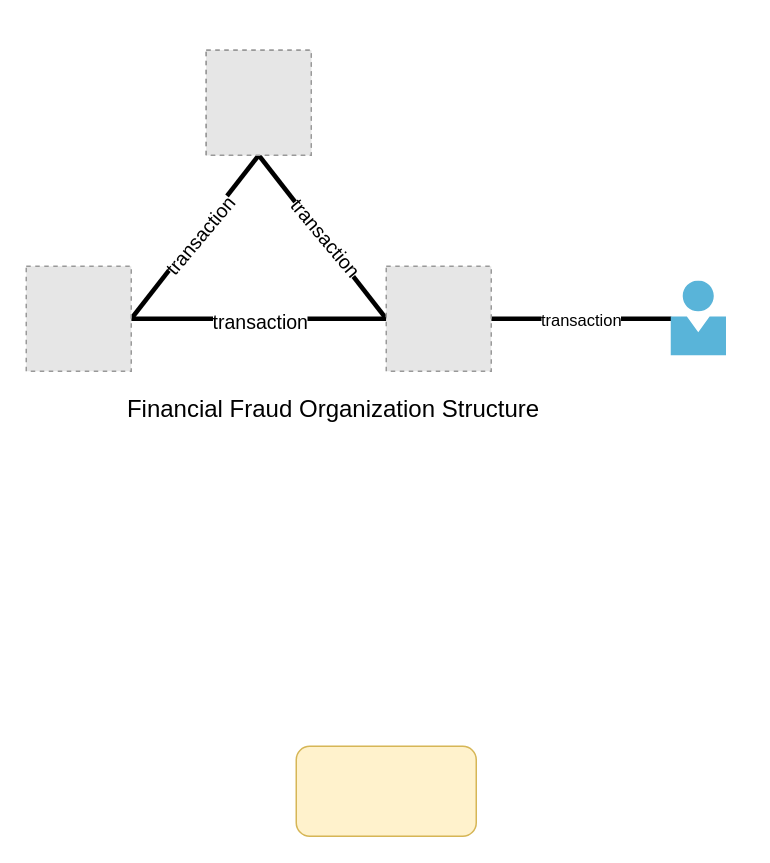
Above: test.drawio in chuchugao2/graph (draw.io), before the change. Source tidied: cells renumbered, new cells numbered last; positions are measured from the earlier drawing's top-left corner, leaving out a move shared by most shapes. Both pictures are drawn from the tidied source at 150%, with x=0, y=0 at pixel (26, 50). Pictures stored in the file or linked from it are replaced by grey dashed boxes.
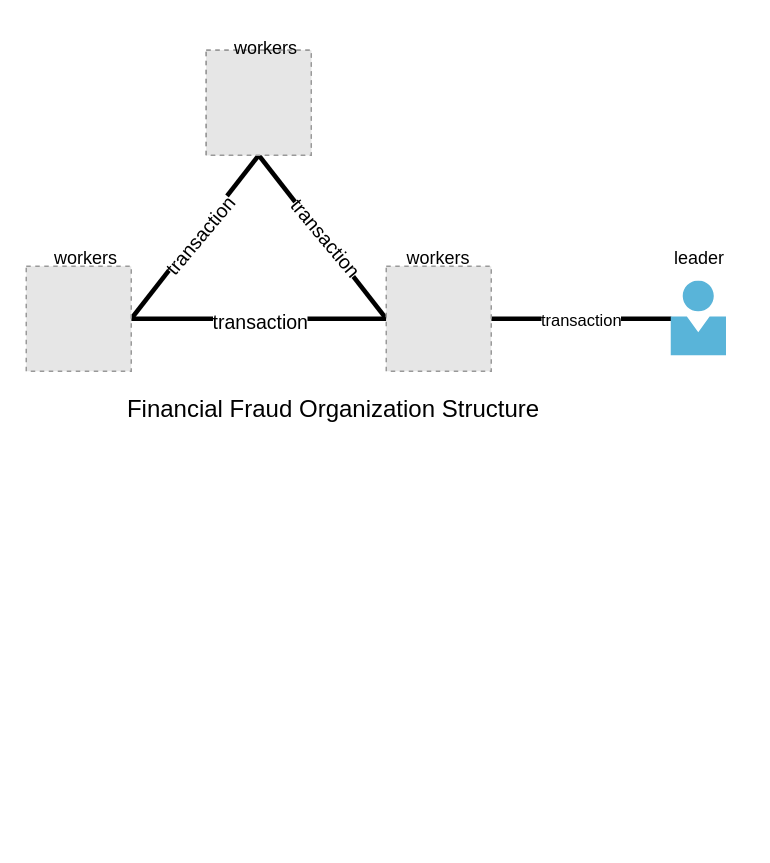
Above is the later version.

What changed in the source:
```diff
@@
-    <mxCell id="2" style="rounded=1;whiteSpace=wrap;html=1;fillColor=#fff2cc;strokeColor=#d6b656;" parent="1" vertex="1">
-      <mxGeometry x="180" y="464" width="120" height="60" as="geometry" />
-    </mxCell>
@@
+    <mxCell id="17" value="leader" style="text;html=1;strokeColor=none;fillColor=none;align=center;verticalAlign=middle;whiteSpace=wrap;rounded=0;" parent="1" vertex="1">
+      <mxGeometry x="418.5" y="124" width="60" height="30" as="geometry" />
+    </mxCell>
+    <mxCell id="18" value="workers" style="text;html=1;strokeColor=none;fillColor=none;align=center;verticalAlign=middle;whiteSpace=wrap;rounded=0;" parent="1" vertex="1">
+      <mxGeometry x="130" y="-16" width="60" height="30" as="geometry" />
+    </mxCell>
+    <mxCell id="19" value="workers" style="text;html=1;strokeColor=none;fillColor=none;align=center;verticalAlign=middle;whiteSpace=wrap;rounded=0;" parent="1" vertex="1">
+      <mxGeometry x="10" y="124" width="60" height="30" as="geometry" />
+    </mxCell>
+    <mxCell id="20" value="workers" style="text;html=1;strokeColor=none;fillColor=none;align=center;verticalAlign=middle;whiteSpace=wrap;rounded=0;" parent="1" vertex="1">
+      <mxGeometry x="245" y="124" width="60" height="30" as="geometry" />
+    </mxCell>
```
